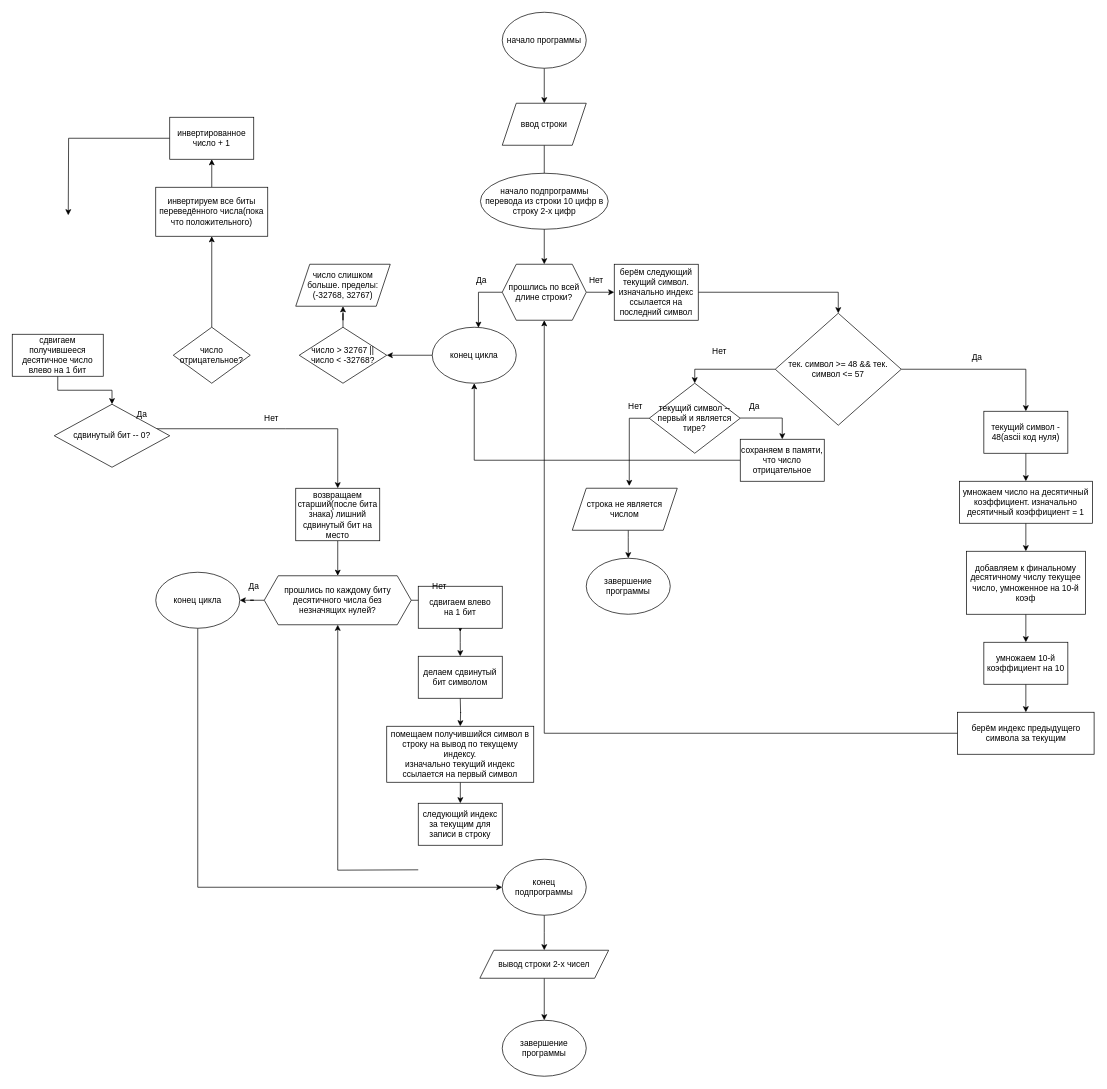
Earlier version of the draw.io diagram assembler_lab6.drawio (Macsik121/flowcharts). Source tidied: cells renumbered, new cells numbered last; positions are measured from the earlier drawing's top-left corner, leaving out a move shared by most shapes. Both pictures are drawn from the tidied source at 70%, with x=0, y=0 at pixel (12, 12).
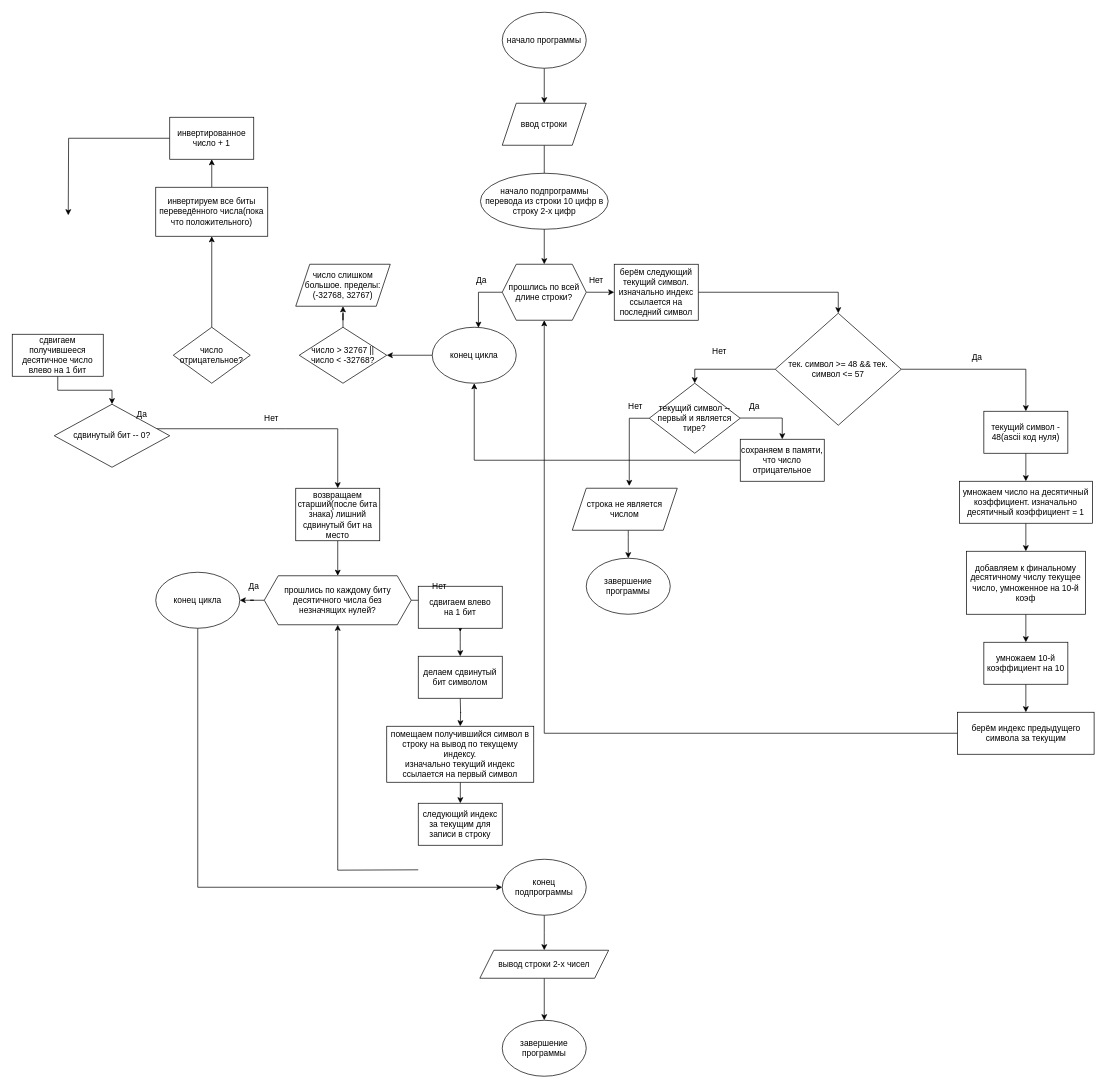
The same diagram, later.

Diff of the diagram source:
```diff
@@
-    <mxCell id="77" value="число слишком больше. пределы: (-32768, 32767)" style="shape=parallelogram;perimeter=parallelogramPerimeter;whiteSpace=wrap;html=1;fixedSize=1;" parent="1" vertex="1">
+    <mxCell id="77" value="число слишком большoе. пределы: (-32768, 32767)" style="shape=parallelogram;perimeter=parallelogramPerimeter;whiteSpace=wrap;html=1;fixedSize=1;" parent="1" vertex="1">
       <mxGeometry x="405" y="360" width="135" height="60" as="geometry" />
     </mxCell>
```
